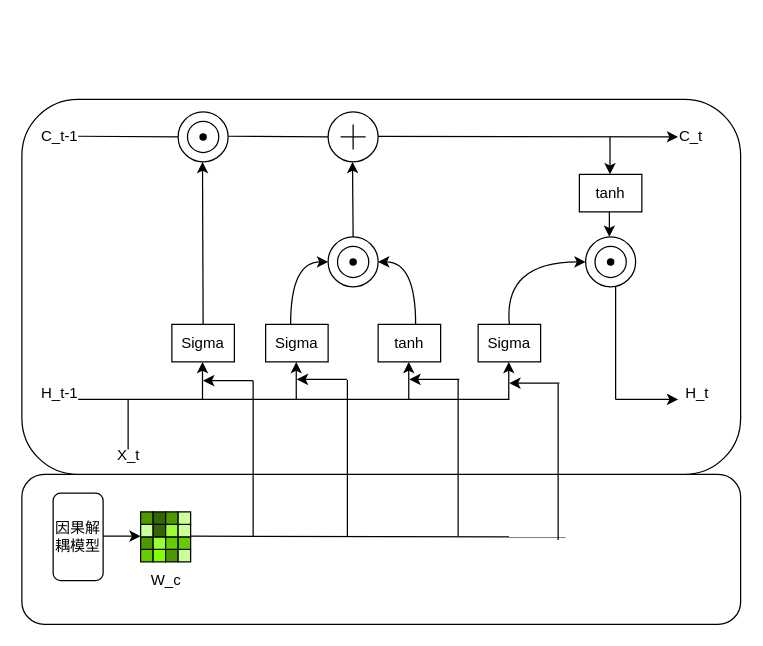
The draw.io diagram lstm.drawio in hzb29/hzb29, before the edit. Source tidied: cells renumbered, new cells numbered last; positions are measured from the earlier drawing's top-left corner, leaving out a move shared by most shapes. Both pictures are drawn from the tidied source at 125%, with x=0, y=0 at pixel (21, 99).
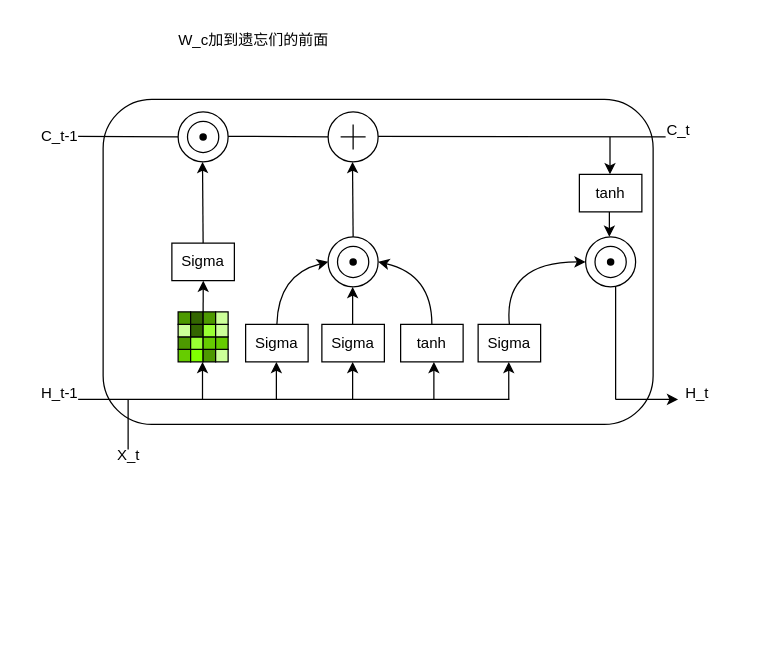
The same diagram, later.

The change refers to these unchanged cells:
```xml
<mxCell id="65" style="whiteSpace=wrap;html=1;fillColor=#4D9900;" parent="50" vertex="1">
  <mxGeometry x="20" width="10" height="10" as="geometry" />
</mxCell>
```

Diff of the diagram source:
```diff
@@
-    <mxCell id="2" style="rounded=1;whiteSpace=wrap;html=1;" parent="1" vertex="1">
-      <mxGeometry y="300" width="575" height="120" as="geometry" />
-    </mxCell>
     <mxCell id="3" style="rounded=1;whiteSpace=wrap;html=1;" parent="1" vertex="1">
-      <mxGeometry width="575" height="300" as="geometry" />
+      <mxGeometry x="65" width="440" height="260" as="geometry" />
     </mxCell>
@@
-    <mxCell id="15" style="endArrow=classic;html=1;rounded=0;" parent="1" edge="1">
-      <mxGeometry relative="1" as="geometry">
-        <mxPoint x="285" y="29.5" as="sourcePoint" />
-        <mxPoint x="525" y="30" as="targetPoint" />
-      </mxGeometry>
-    </mxCell>
@@
     <mxCell id="17" value="Sigma" style="rounded=0;whiteSpace=wrap;html=1;" parent="1" vertex="1">
-      <mxGeometry x="120" y="180" width="50" height="30" as="geometry" />
+      <mxGeometry x="120" y="115" width="50" height="30" as="geometry" />
     </mxCell>
     <mxCell id="18" value="Sigma" style="rounded=0;whiteSpace=wrap;html=1;" parent="1" vertex="1">
-      <mxGeometry x="195" y="180" width="50" height="30" as="geometry" />
+      <mxGeometry x="240" y="180" width="50" height="30" as="geometry" />
     </mxCell>
@@
     <mxCell id="20" value="tanh" style="rounded=0;whiteSpace=wrap;html=1;" parent="1" vertex="1">
-      <mxGeometry x="285" y="180" width="50" height="30" as="geometry" />
+      <mxGeometry x="303" y="180" width="50" height="30" as="geometry" />
     </mxCell>
@@
-    <mxCell id="26" style="curved=1;endArrow=classic;html=1;rounded=0;" parent="1" edge="1">
-      <mxGeometry relative="1" as="geometry">
-        <mxPoint x="215" y="180" as="sourcePoint" />
-        <mxPoint x="245" y="130" as="targetPoint" />
-        <Array as="points">
-          <mxPoint x="215" y="130" />
-        </Array>
-      </mxGeometry>
-    </mxCell>
-    <mxCell id="27" style="curved=1;endArrow=classic;html=1;rounded=0;" parent="1" edge="1">
+    <mxCell id="27" style="curved=1;endArrow=classic;html=1;rounded=0;exitX=0.5;exitY=0;exitDx=0;exitDy=0;" parent="1" edge="1" source="20">
       <mxGeometry relative="1" as="geometry">
-        <mxPoint x="315" y="180" as="sourcePoint" />
         <mxPoint x="285" y="130" as="targetPoint" />
         <Array as="points">
-          <mxPoint x="315" y="130" />
+          <mxPoint x="328" y="140" />
         </Array>
       </mxGeometry>
     </mxCell>
@@
     <mxCell id="40" style="endArrow=classic;html=1;rounded=0;" parent="1" edge="1">
       <mxGeometry relative="1" as="geometry">
-        <mxPoint x="309.5" y="240" as="sourcePoint" />
-        <mxPoint x="309.5" y="210" as="targetPoint" />
+        <mxPoint x="329.6" y="240" as="sourcePoint" />
+        <mxPoint x="329.6" y="210" as="targetPoint" />
       </mxGeometry>
     </mxCell>
     <mxCell id="41" style="endArrow=classic;html=1;rounded=0;" parent="1" edge="1">
       <mxGeometry relative="1" as="geometry">
-        <mxPoint x="219.5" y="240" as="sourcePoint" />
-        <mxPoint x="219.5" y="210" as="targetPoint" />
+        <mxPoint x="264.6" y="240" as="sourcePoint" />
+        <mxPoint x="264.6" y="210" as="targetPoint" />
       </mxGeometry>
     </mxCell>
@@
     <mxCell id="44" value="C_t" style="text;html=1;align=center;verticalAlign=middle;strokeColor=none;fillColor=none;" parent="1" vertex="1">
-      <mxGeometry x="515" y="15" width="40" height="30" as="geometry" />
+      <mxGeometry x="505" y="10" width="40" height="30" as="geometry" />
     </mxCell>
@@
     <mxCell id="50" style="group;" parent="1" vertex="1">
-      <mxGeometry x="95" y="330" width="40" height="40" as="geometry" />
+      <mxGeometry x="125" y="170" width="40" height="40" as="geometry" />
     </mxCell>
@@
-    <mxCell id="67" value="W_c" style="text;html=1;align=center;verticalAlign=middle;strokeColor=none;fillColor=none;" parent="1" vertex="1">
-      <mxGeometry x="90" y="370" width="50" height="30" as="geometry" />
-    </mxCell>
-    <mxCell id="68" style="endArrow=none;html=1;rounded=0;" parent="1" edge="1">
-      <mxGeometry relative="1" as="geometry">
-        <mxPoint x="135" y="349.4" as="sourcePoint" />
-        <mxPoint x="435" y="350" as="targetPoint" />
-      </mxGeometry>
-    </mxCell>
-    <mxCell id="69" style="endArrow=none;html=1;rounded=0;" parent="1" edge="1">
-      <mxGeometry relative="1" as="geometry">
-        <mxPoint x="185" y="350" as="sourcePoint" />
-        <mxPoint x="185" y="225" as="targetPoint" />
-      </mxGeometry>
-    </mxCell>
-    <mxCell id="70" style="endArrow=none;html=1;rounded=0;" parent="1" edge="1">
-      <mxGeometry relative="1" as="geometry">
-        <mxPoint x="260.4" y="349.5" as="sourcePoint" />
-        <mxPoint x="260.4" y="224.5" as="targetPoint" />
-      </mxGeometry>
-    </mxCell>
-    <mxCell id="71" style="endArrow=none;html=1;rounded=0;" parent="1" edge="1">
-      <mxGeometry relative="1" as="geometry">
-        <mxPoint x="349" y="349.5" as="sourcePoint" />
-        <mxPoint x="349" y="224.5" as="targetPoint" />
-      </mxGeometry>
-    </mxCell>
-    <mxCell id="72" style="endArrow=classic;html=1;rounded=0;" parent="1" edge="1">
-      <mxGeometry relative="1" as="geometry">
-        <mxPoint x="185" y="225" as="sourcePoint" />
-        <mxPoint x="145" y="225" as="targetPoint" />
-      </mxGeometry>
-    </mxCell>
-    <mxCell id="73" style="endArrow=classic;html=1;rounded=0;" parent="1" edge="1">
-      <mxGeometry relative="1" as="geometry">
-        <mxPoint x="260" y="224" as="sourcePoint" />
-        <mxPoint x="220" y="224" as="targetPoint" />
-      </mxGeometry>
-    </mxCell>
-    <mxCell id="74" style="endArrow=classic;html=1;rounded=0;" parent="1" edge="1">
-      <mxGeometry relative="1" as="geometry">
-        <mxPoint x="350" y="224" as="sourcePoint" />
-        <mxPoint x="310" y="224" as="targetPoint" />
-      </mxGeometry>
-    </mxCell>
-    <mxCell id="75" style="endArrow=none;html=1;rounded=0;" parent="1" edge="1">
-      <mxGeometry relative="1" as="geometry">
-        <mxPoint x="429" y="352.5" as="sourcePoint" />
-        <mxPoint x="429" y="227.5" as="targetPoint" />
-      </mxGeometry>
-    </mxCell>
-    <mxCell id="76" style="endArrow=classic;html=1;rounded=0;" parent="1" edge="1">
-      <mxGeometry relative="1" as="geometry">
-        <mxPoint x="430" y="227" as="sourcePoint" />
-        <mxPoint x="390" y="227" as="targetPoint" />
-      </mxGeometry>
-    </mxCell>
-    <mxCell id="77" value="因果解耦模型" style="rounded=1;whiteSpace=wrap;html=1;" parent="1" vertex="1">
-      <mxGeometry x="25" y="315" width="40" height="70" as="geometry" />
-    </mxCell>
-    <mxCell id="78" style="endArrow=classic;html=1;rounded=0;" parent="1" edge="1">
-      <mxGeometry relative="1" as="geometry">
-        <mxPoint x="65" y="349.4" as="sourcePoint" />
-        <mxPoint x="95" y="349.4" as="targetPoint" />
-      </mxGeometry>
-    </mxCell>
+    <mxCell id="79" style="endArrow=none;html=1;rounded=0;" parent="1" edge="1">
+      <mxGeometry relative="1" as="geometry">
+        <mxPoint x="285" y="29.6" as="sourcePoint" />
+        <mxPoint x="515" y="30" as="targetPoint" />
+      </mxGeometry>
+    </mxCell>
+    <mxCell id="80" value="W_c加到遗忘们的前面" style="text;html=1;align=center;verticalAlign=middle;strokeColor=none;fillColor=none;" parent="1" vertex="1">
+      <mxGeometry x="115" y="-62" width="140" height="30" as="geometry" />
+    </mxCell>
+    <mxCell id="81" value="Sigma" style="rounded=0;whiteSpace=wrap;html=1;" parent="1" vertex="1">
+      <mxGeometry x="179" y="180" width="50" height="30" as="geometry" />
+    </mxCell>
+    <mxCell id="82" style="endArrow=classic;html=1;rounded=0;" parent="1" edge="1">
+      <mxGeometry relative="1" as="geometry">
+        <mxPoint x="264.6" y="180" as="sourcePoint" />
+        <mxPoint x="264.6" y="150" as="targetPoint" />
+      </mxGeometry>
+    </mxCell>
+    <mxCell id="83" style="endArrow=classic;html=1;rounded=0;" parent="1" edge="1">
+      <mxGeometry relative="1" as="geometry">
+        <mxPoint x="203.6" y="240" as="sourcePoint" />
+        <mxPoint x="203.6" y="210" as="targetPoint" />
+      </mxGeometry>
+    </mxCell>
+    <mxCell id="84" style="curved=1;endArrow=classic;html=1;rounded=0;exitX=0.5;exitY=0;exitDx=0;exitDy=0;" parent="1" edge="1" source="81">
+      <mxGeometry relative="1" as="geometry">
+        <mxPoint x="245" y="130" as="targetPoint" />
+        <Array as="points">
+          <mxPoint x="205" y="140" />
+        </Array>
+      </mxGeometry>
+    </mxCell>
+    <mxCell id="85" style="endArrow=classic;html=1;rounded=0;exitX=0;exitY=0;exitDx=0;exitDy=0;" parent="1" edge="1" source="65">
+      <mxGeometry relative="1" as="geometry">
+        <mxPoint x="145.1" y="145" as="targetPoint" />
+      </mxGeometry>
+    </mxCell>
```
